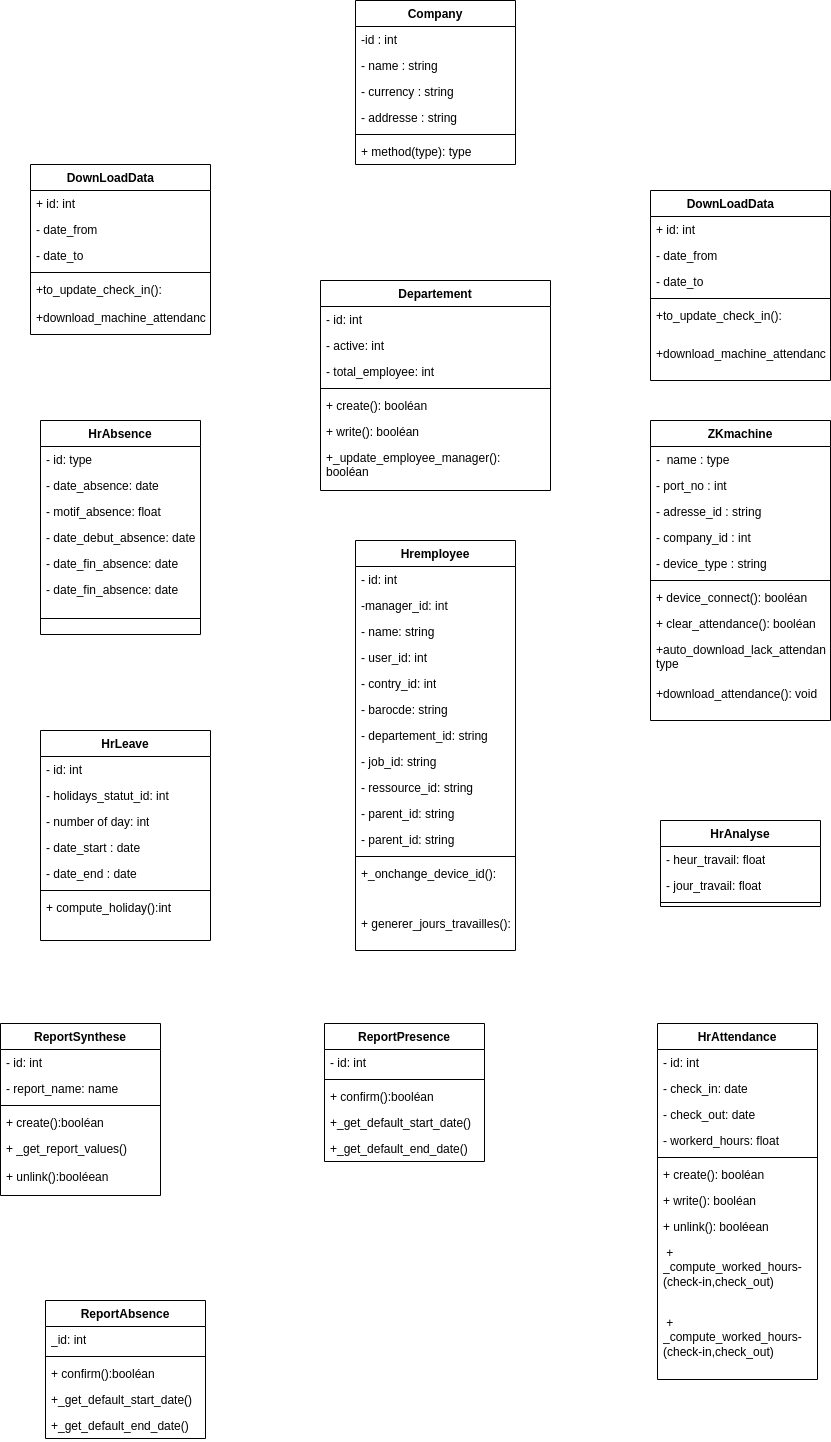
Siluearsene/borne_biometrique keeps this draw.io diagram as static/Diagramme de classe.drawio.png. Above is the earlier version. Source tidied: cells renumbered, new cells last; positions are measured from the earlier drawing's top-left corner, leaving out a move shared by most shapes.
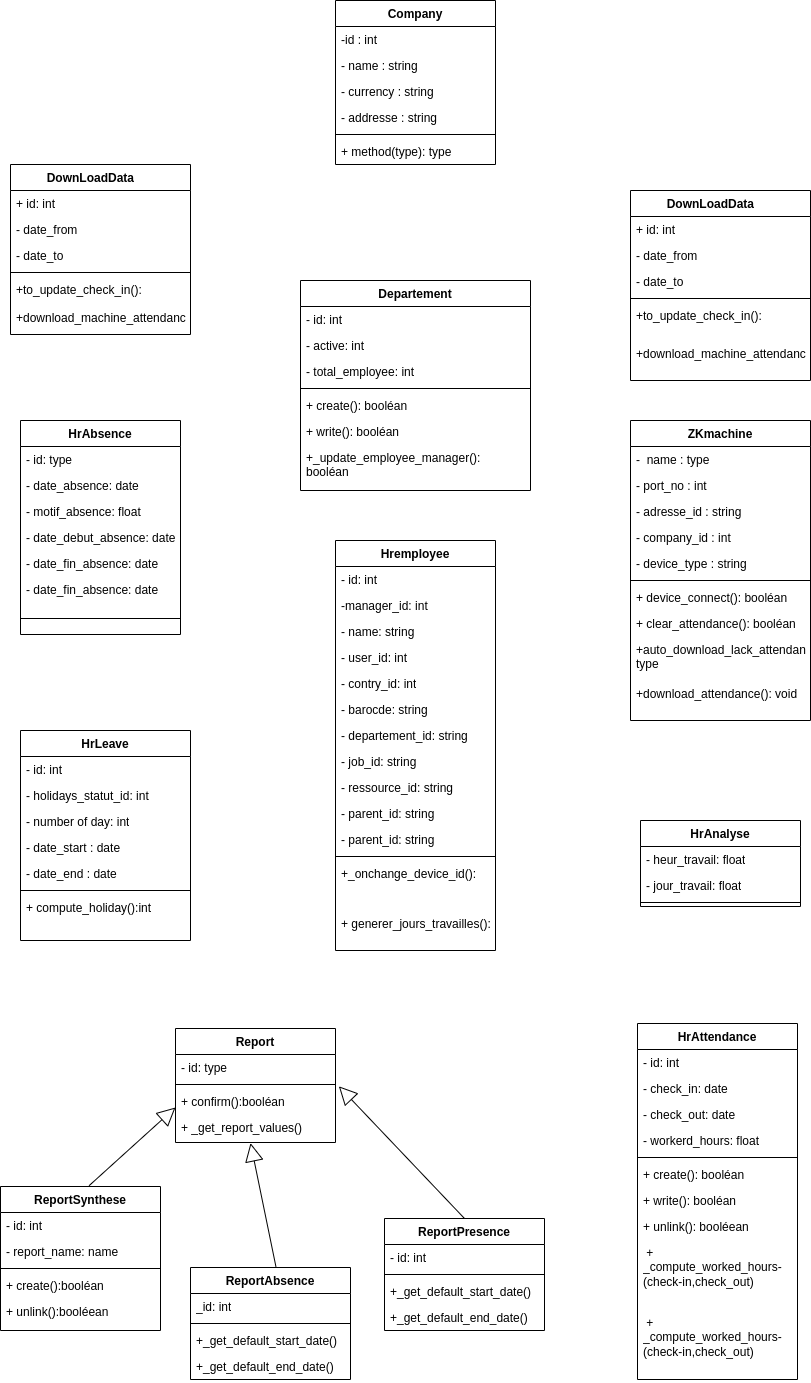
Above is the later version.

Commit message:
Mettre à jour Diagramme de classe.drawio.png

Diff of the diagram source:
```diff
@@ -174,7 +174,7 @@
       <mxGeometry y="286" width="160" height="70" as="geometry" />
     </mxCell>
     <mxCell id="59" value="ReportSynthese" style="swimlane;fontStyle=1;align=center;verticalAlign=top;horizontal=1;startSize=26;whiteSpace=wrap;html=1;" parent="1" vertex="1">
-      <mxGeometry y="1023" width="160" height="172" as="geometry" />
+      <mxGeometry x="20" y="1186" width="160" height="144" as="geometry" />
     </mxCell>
     <mxCell id="60" value="- id: int" style="text;strokeColor=none;fillColor=none;align=left;verticalAlign=top;spacingLeft=4;spacingRight=4;overflow=hidden;whiteSpace=wrap;html=1;" parent="59" vertex="1">
       <mxGeometry y="26" width="160" height="26" as="geometry" />
@@ -188,14 +188,11 @@
     <mxCell id="63" value="+ create():booléan" style="text;strokeColor=none;fillColor=none;align=left;verticalAlign=top;spacingLeft=4;spacingRight=4;overflow=hidden;whiteSpace=wrap;html=1;" parent="59" vertex="1">
       <mxGeometry y="86" width="160" height="26" as="geometry" />
     </mxCell>
-    <mxCell id="64" value="+&amp;nbsp;_get_report_values()" style="text;strokeColor=none;fillColor=none;align=left;verticalAlign=top;spacingLeft=4;spacingRight=4;overflow=hidden;points=[[0,0.5],[1,0.5]];portConstraint=eastwest;whiteSpace=wrap;html=1;" parent="59" vertex="1">
-      <mxGeometry y="112" width="160" height="28" as="geometry" />
-    </mxCell>
     <mxCell id="65" value="+ unlink():booléean" style="text;strokeColor=none;fillColor=none;align=left;verticalAlign=top;spacingLeft=4;spacingRight=4;overflow=hidden;whiteSpace=wrap;html=1;" parent="59" vertex="1">
-      <mxGeometry y="140" width="160" height="32" as="geometry" />
+      <mxGeometry y="112" width="160" height="32" as="geometry" />
     </mxCell>
     <mxCell id="66" value="ReportPresence" style="swimlane;fontStyle=1;align=center;verticalAlign=top;horizontal=1;startSize=26;whiteSpace=wrap;html=1;" parent="1" vertex="1">
-      <mxGeometry x="324" y="1023" width="160" height="138" as="geometry" />
+      <mxGeometry x="404" y="1218" width="160" height="112" as="geometry" />
     </mxCell>
     <mxCell id="67" value="- id: int" style="text;strokeColor=none;fillColor=none;align=left;verticalAlign=top;spacingLeft=4;spacingRight=4;overflow=hidden;whiteSpace=wrap;html=1;" parent="66" vertex="1">
       <mxGeometry y="26" width="160" height="26" as="geometry" />
@@ -203,14 +200,11 @@
     <mxCell id="68" style="line;strokeWidth=1;fillColor=none;align=left;verticalAlign=middle;spacingTop=-1;spacingLeft=3;spacingRight=3;labelPosition=right;strokeColor=inherit;" parent="66" vertex="1">
       <mxGeometry y="52" width="160" height="8" as="geometry" />
     </mxCell>
-    <mxCell id="69" value="+ confirm():booléan" style="text;strokeColor=none;fillColor=none;align=left;verticalAlign=top;spacingLeft=4;spacingRight=4;overflow=hidden;points=[[0,0.5],[1,0.5]];portConstraint=eastwest;whiteSpace=wrap;html=1;" parent="66" vertex="1">
-      <mxGeometry y="60" width="160" height="26" as="geometry" />
-    </mxCell>
     <mxCell id="70" value="+_get_default_start_date&lt;span style=&quot;background-color: initial;&quot;&gt;()&lt;/span&gt;" style="text;strokeColor=none;fillColor=none;align=left;verticalAlign=top;spacingLeft=4;spacingRight=4;overflow=hidden;whiteSpace=wrap;html=1;" parent="66" vertex="1">
-      <mxGeometry y="86" width="160" height="26" as="geometry" />
+      <mxGeometry y="60" width="160" height="26" as="geometry" />
     </mxCell>
     <mxCell id="71" value="+_get_default_end_date&lt;span style=&quot;background-color: initial;&quot;&gt;()&lt;/span&gt;" style="text;strokeColor=none;fillColor=none;align=left;verticalAlign=top;spacingLeft=4;spacingRight=4;overflow=hidden;whiteSpace=wrap;html=1;" parent="66" vertex="1">
-      <mxGeometry y="112" width="160" height="26" as="geometry" />
+      <mxGeometry y="86" width="160" height="26" as="geometry" />
     </mxCell>
     <mxCell id="72" value="DownLoadData&lt;span style=&quot;white-space: pre;&quot;&gt;&#9;&lt;/span&gt;" style="swimlane;fontStyle=1;align=center;verticalAlign=top;horizontal=1;startSize=26;whiteSpace=wrap;html=1;" parent="1" vertex="1">
       <mxGeometry x="650" y="190" width="180" height="190" as="geometry" />
@@ -255,7 +249,7 @@
       <mxGeometry y="140" width="180" height="30" as="geometry" />
     </mxCell>
     <mxCell id="86" value="ReportAbsence" style="swimlane;fontStyle=1;align=center;verticalAlign=top;horizontal=1;startSize=26;whiteSpace=wrap;html=1;" parent="1" vertex="1">
-      <mxGeometry x="45" y="1300" width="160" height="138" as="geometry" />
+      <mxGeometry x="210" y="1267" width="160" height="112" as="geometry" />
     </mxCell>
     <mxCell id="87" value="_id: int" style="text;strokeColor=none;fillColor=none;align=left;verticalAlign=top;spacingLeft=4;spacingRight=4;overflow=hidden;whiteSpace=wrap;html=1;" parent="86" vertex="1">
       <mxGeometry y="26" width="160" height="26" as="geometry" />
@@ -263,14 +257,11 @@
     <mxCell id="88" style="line;strokeWidth=1;fillColor=none;align=left;verticalAlign=middle;spacingTop=-1;spacingLeft=3;spacingRight=3;labelPosition=right;strokeColor=inherit;" parent="86" vertex="1">
       <mxGeometry y="52" width="160" height="8" as="geometry" />
     </mxCell>
-    <mxCell id="89" value="+ confirm():booléan" style="text;strokeColor=none;fillColor=none;align=left;verticalAlign=top;spacingLeft=4;spacingRight=4;overflow=hidden;whiteSpace=wrap;html=1;" parent="86" vertex="1">
-      <mxGeometry y="60" width="160" height="26" as="geometry" />
-    </mxCell>
     <mxCell id="90" value="+_get_default_start_date&lt;span style=&quot;background-color: initial;&quot;&gt;()&lt;/span&gt;" style="text;strokeColor=none;fillColor=none;align=left;verticalAlign=top;spacingLeft=4;spacingRight=4;overflow=hidden;whiteSpace=wrap;html=1;" parent="86" vertex="1">
-      <mxGeometry y="86" width="160" height="26" as="geometry" />
+      <mxGeometry y="60" width="160" height="26" as="geometry" />
     </mxCell>
     <mxCell id="91" value="+_get_default_end_date&lt;span style=&quot;background-color: initial;&quot;&gt;()&lt;/span&gt;" style="text;strokeColor=none;fillColor=none;align=left;verticalAlign=top;spacingLeft=4;spacingRight=4;overflow=hidden;whiteSpace=wrap;html=1;" parent="86" vertex="1">
-      <mxGeometry y="112" width="160" height="26" as="geometry" />
+      <mxGeometry y="86" width="160" height="26" as="geometry" />
     </mxCell>
     <mxCell id="92" value="Departement" style="swimlane;fontStyle=1;align=center;verticalAlign=top;horizontal=1;startSize=26;whiteSpace=wrap;html=1;" parent="1" vertex="1">
       <mxGeometry x="320" y="280" width="230" height="210" as="geometry" />
@@ -317,5 +308,29 @@
     <mxCell id="106" value="+ method(type): type" style="text;strokeColor=none;fillColor=none;align=left;verticalAlign=top;spacingLeft=4;spacingRight=4;overflow=hidden;whiteSpace=wrap;html=1;" parent="100" vertex="1">
       <mxGeometry y="138" width="160" height="26" as="geometry" />
     </mxCell>
+    <mxCell id="107" value="Report" style="swimlane;fontStyle=1;align=center;verticalAlign=top;horizontal=1;startSize=26;whiteSpace=wrap;html=1;" parent="1" vertex="1">
+      <mxGeometry x="195" y="1028" width="160" height="114" as="geometry" />
+    </mxCell>
+    <mxCell id="108" value="- id: type" style="text;strokeColor=none;fillColor=none;align=left;verticalAlign=top;spacingLeft=4;spacingRight=4;overflow=hidden;points=[[0,0.5],[1,0.5]];portConstraint=eastwest;whiteSpace=wrap;html=1;" parent="107" vertex="1">
+      <mxGeometry y="26" width="160" height="26" as="geometry" />
+    </mxCell>
+    <mxCell id="109" style="line;strokeWidth=1;fillColor=none;align=left;verticalAlign=middle;spacingTop=-1;spacingLeft=3;spacingRight=3;labelPosition=right;strokeColor=inherit;" parent="107" vertex="1">
+      <mxGeometry y="52" width="160" height="8" as="geometry" />
+    </mxCell>
+    <mxCell id="69" value="+ confirm():booléan" style="text;strokeColor=none;fillColor=none;align=left;verticalAlign=top;spacingLeft=4;spacingRight=4;overflow=hidden;points=[[0,0.5],[1,0.5]];portConstraint=eastwest;whiteSpace=wrap;html=1;" parent="107" vertex="1">
+      <mxGeometry y="60" width="160" height="26" as="geometry" />
+    </mxCell>
+    <mxCell id="64" value="+&amp;nbsp;_get_report_values()" style="text;strokeColor=none;fillColor=none;align=left;verticalAlign=top;spacingLeft=4;spacingRight=4;overflow=hidden;points=[[0,0.5],[1,0.5]];portConstraint=eastwest;whiteSpace=wrap;html=1;" parent="107" vertex="1">
+      <mxGeometry y="86" width="160" height="28" as="geometry" />
+    </mxCell>
+    <mxCell id="110" style="endArrow=block;endSize=16;endFill=0;html=1;rounded=0;entryX=0;entryY=0.731;entryDx=0;entryDy=0;entryPerimeter=0;exitX=0.554;exitY=-0.006;exitDx=0;exitDy=0;exitPerimeter=0;" parent="1" edge="1" source="59" target="69">
+      <mxGeometry relative="1" as="geometry" />
+    </mxCell>
+    <mxCell id="111" style="endArrow=block;endSize=16;endFill=0;html=1;rounded=0;entryX=1.021;entryY=1.223;entryDx=0;entryDy=0;entryPerimeter=0;exitX=0.5;exitY=0;exitDx=0;exitDy=0;" parent="1" edge="1" source="66" target="108">
+      <mxGeometry relative="1" as="geometry" />
+    </mxCell>
+    <mxCell id="112" style="endArrow=block;endSize=16;endFill=0;html=1;rounded=0;entryX=0.469;entryY=1.021;entryDx=0;entryDy=0;entryPerimeter=0;exitX=0.534;exitY=-0.007;exitDx=0;exitDy=0;exitPerimeter=0;" parent="1" edge="1" source="86" target="64">
+      <mxGeometry relative="1" as="geometry" />
+    </mxCell>
   </root>
 </mxGraphModel>
```
